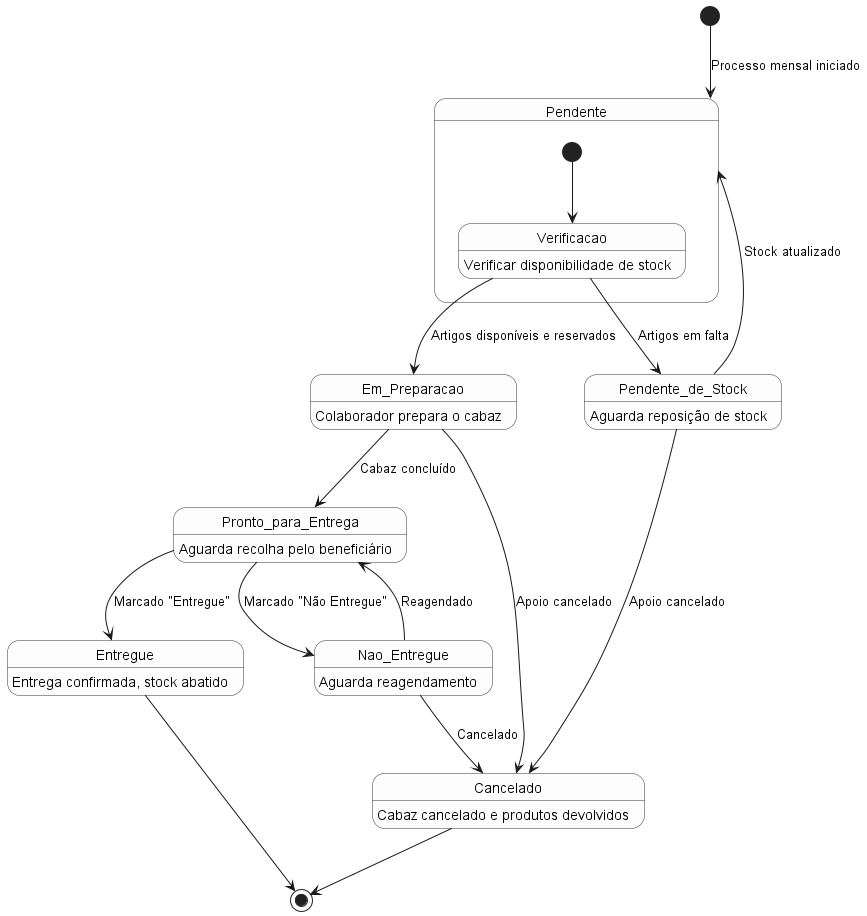
This is Diagramas/Diagrama de Estados/DEstados.png from AnyTng/PDM_PA_50_10, a PlantUML export, as it was before one commit. Source of this version:
```plantuml
@startuml
skinparam state {
  BackgroundColor #FDFDFD
  BorderColor #333
  FontSize 14
}

[*] --> Pendente : Processo mensal iniciado

state Pendente {
    [*] --> Verificacao
    Verificacao : Verificar disponibilidade de stock
}

Verificacao --> Pendente_de_Stock : Artigos em falta
Verificacao --> Em_Preparacao : Artigos disponíveis e reservados

Pendente_de_Stock : Aguarda reposição de stock
Pendente_de_Stock --> Pendente : Stock atualizado
Pendente_de_Stock --> Cancelado : Apoio cancelado

Em_Preparacao : Colaborador prepara o cabaz
Em_Preparacao --> Pronto_para_Entrega : Cabaz concluído
Em_Preparacao --> Cancelado : Apoio cancelado

Pronto_para_Entrega : Aguarda recolha pelo beneficiário
Pronto_para_Entrega --> Entregue : Marcado "Entregue"
Pronto_para_Entrega --> Nao_Entregue : Marcado "Não Entregue"

Nao_Entregue : Aguarda reagendamento
Nao_Entregue --> Pronto_para_Entrega : Reagendado
Nao_Entregue --> Cancelado : Cancelado

Entregue : Entrega confirmada, stock abatido
Entregue --> [*]

Cancelado : Cabaz cancelado e produtos devolvidos
Cancelado --> [*]

@enduml
```
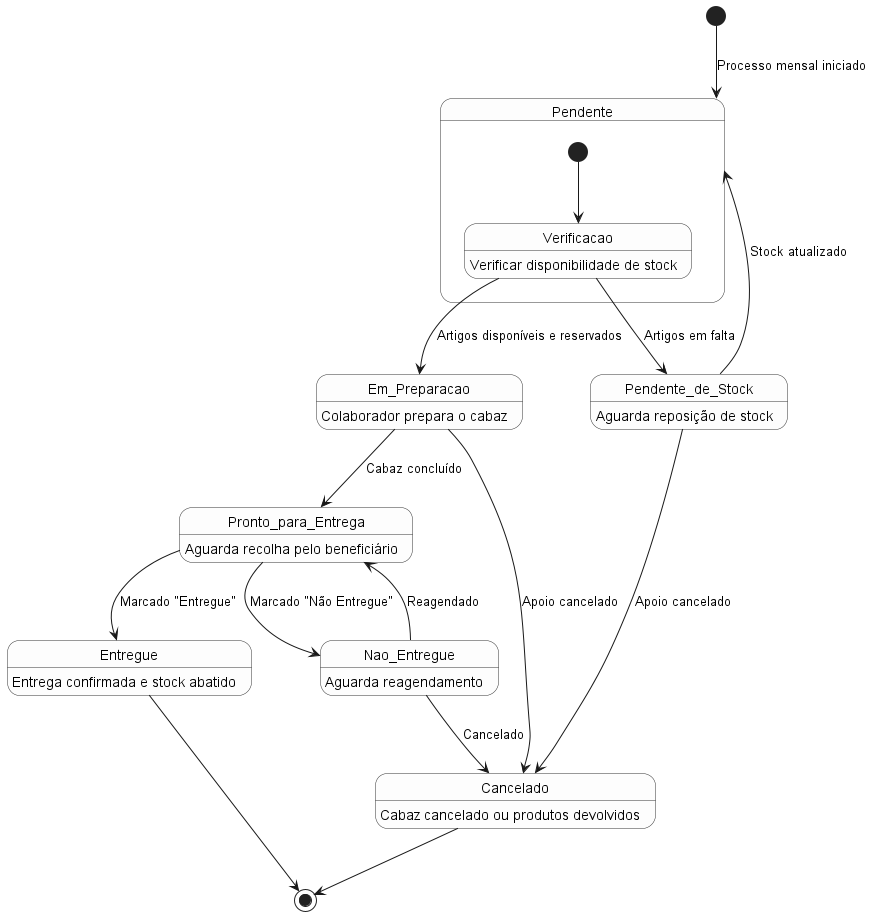
The same file after the commit.

Commit message:
Refactor Express setup and update state diagram

What changed in the source:
```diff
@@ -31,10 +31,10 @@
 Nao_Entregue --> Pronto_para_Entrega : Reagendado
 Nao_Entregue --> Cancelado : Cancelado
 
-Entregue : Entrega confirmada, stock abatido
+Entregue : Entrega confirmada e stock abatido
 Entregue --> [*]
 
-Cancelado : Cabaz cancelado e produtos devolvidos
+Cancelado : Cabaz cancelado ou produtos devolvidos
 Cancelado --> [*]
 
 @enduml
```
